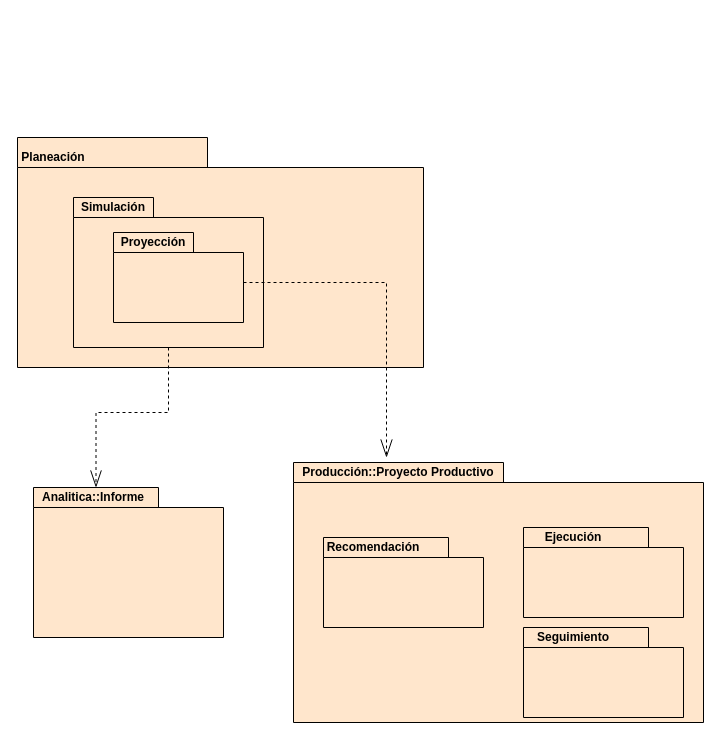
Sebassllr/Enfasis-III keeps this draw.io diagram as EverGreen/Lab-I/DiagramaPaquetes.drawio. Above is the earlier version. Source tidied: cells renumbered, new cells numbered last; positions are measured from the earlier drawing's top-left corner, leaving out a move shared by most shapes. Both pictures are drawn from the tidied source at 100%, with x=0, y=0 at pixel (17, 137).
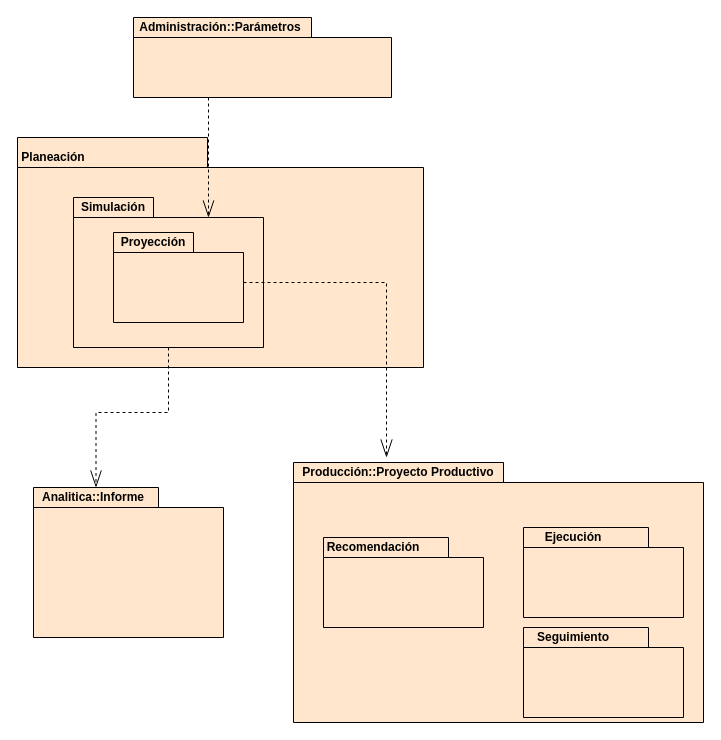
The same page after the edit.

Commit message:
Add parameters to Diagram

The change refers to these unchanged cells:
```xml
<mxCell id="6" style="shape=folder;fontStyle=1;spacingTop=10;tabWidth=80;tabHeight=20;tabPosition=left;html=1;align=left;fillColor=#ffe6cc;" parent="1" vertex="1">
  <mxGeometry x="56" y="60" width="190" height="150" as="geometry" />
</mxCell>
```

The edit, as a diff of the source:
```diff
@@
+    <mxCell id="20" style="edgeStyle=orthogonalEdgeStyle;rounded=0;jettySize=auto;html=1;dashed=1;endArrow=openThin;endFill=0;endSize=15;strokeWidth=1;entryX=0;entryY=0;entryDx=135;entryDy=20;entryPerimeter=0;" parent="1" edge="1" source="21" target="6">
+      <mxGeometry relative="1" as="geometry">
+        <Array as="points">
+          <mxPoint x="191" y="-30" />
+          <mxPoint x="191" y="-30" />
+        </Array>
+      </mxGeometry>
+    </mxCell>
+    <mxCell id="21" style="shape=folder;fontStyle=1;spacingTop=10;tabWidth=178;tabHeight=20;tabPosition=left;html=1;align=left;fillColor=#ffe6cc;" parent="1" vertex="1">
+      <mxGeometry x="116" y="-120" width="258" height="80" as="geometry" />
+    </mxCell>
+    <mxCell id="22" value="&lt;b&gt;Administración::Parámetros&lt;/b&gt;" style="text;html=1;strokeColor=none;fillColor=none;align=center;verticalAlign=middle;whiteSpace=wrap;rounded=0;" parent="1" vertex="1">
+      <mxGeometry x="183" y="-120" width="40" height="20" as="geometry" />
+    </mxCell>
```
